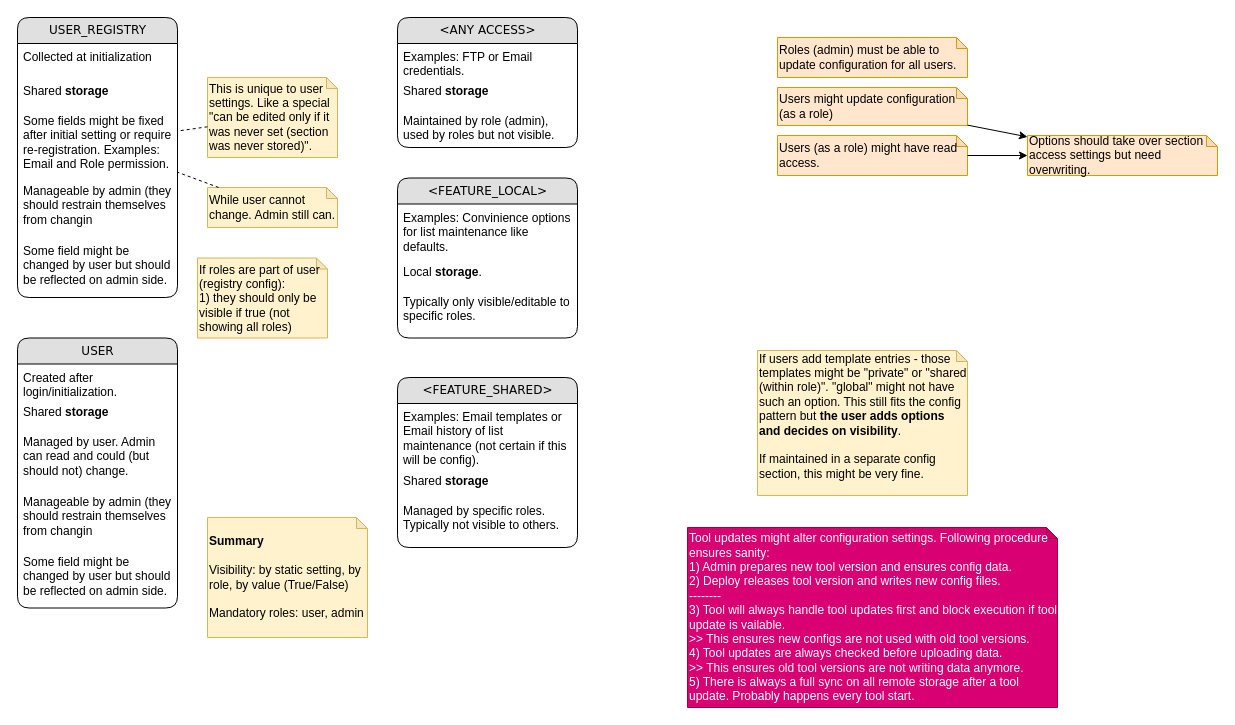
alexander-rd/appxf keeps this draw.io diagram as doc/config.drawio. Above is the earlier version. Source tidied: cells renumbered, new cells numbered last; positions are measured from the earlier drawing's top-left corner, leaving out a move shared by most shapes. Both pictures are drawn from the tidied source at 100%, with x=0, y=0 at pixel (17, 17).
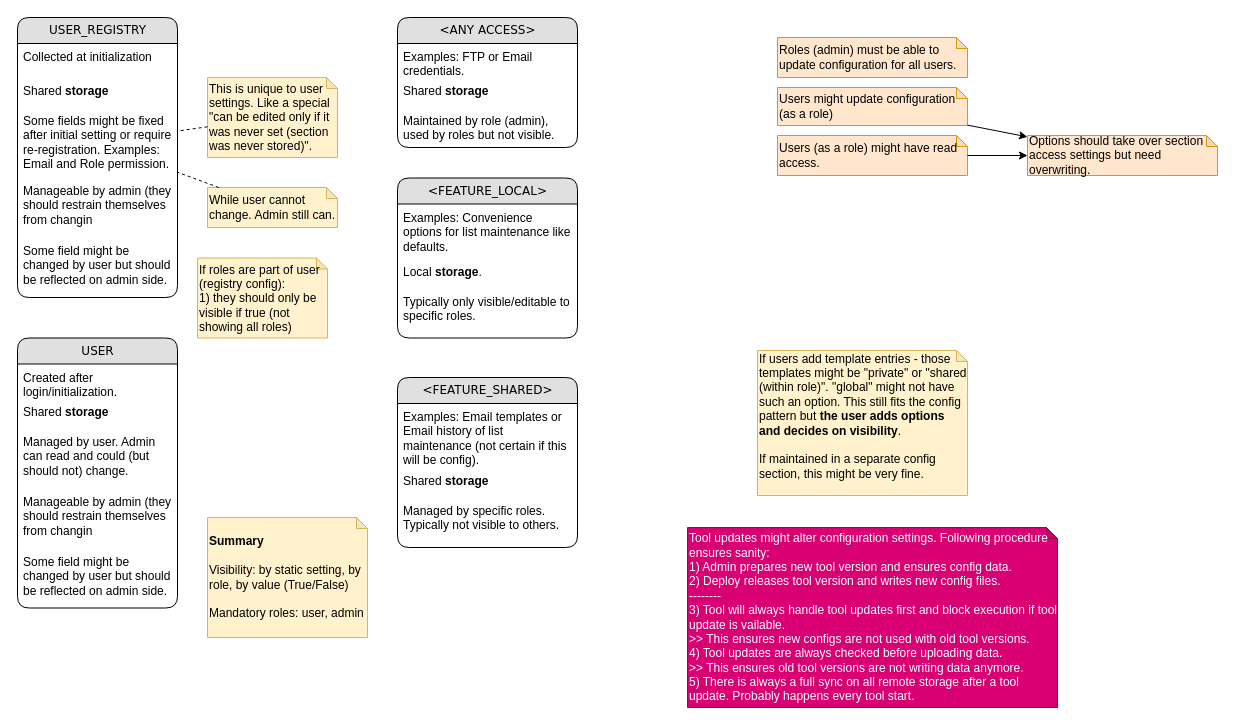
Above is the later version.

Unchanged cells that the change refers to:
```xml
<mxCell id="19" value="&amp;lt;FEATURE_LOCAL&amp;gt;" style="swimlane;html=1;fontStyle=0;horizontal=1;startSize=26;fillColor=#e0e0e0;swimlaneFillColor=#ffffff;align=center;rounded=1;shadow=0;comic=0;labelBackgroundColor=none;strokeWidth=1;fontFamily=Verdana;fontSize=12;" parent="1" vertex="1">
  <mxGeometry x="380" y="160.5" width="180" height="160" as="geometry" />
</mxCell>
```

What changed in the source:
```diff
@@
-    <mxCell id="20" value="Examples: Convinience options for list maintenance like defaults." style="text;html=1;strokeColor=none;fillColor=none;spacingLeft=4;spacingRight=4;whiteSpace=wrap;overflow=hidden;" parent="19" vertex="1">
+    <mxCell id="20" value="Examples: Convenience options for list maintenance like defaults." style="text;html=1;strokeColor=none;fillColor=none;spacingLeft=4;spacingRight=4;whiteSpace=wrap;overflow=hidden;" parent="19" vertex="1">
       <mxGeometry y="26" width="180" height="54" as="geometry" />
     </mxCell>
```
